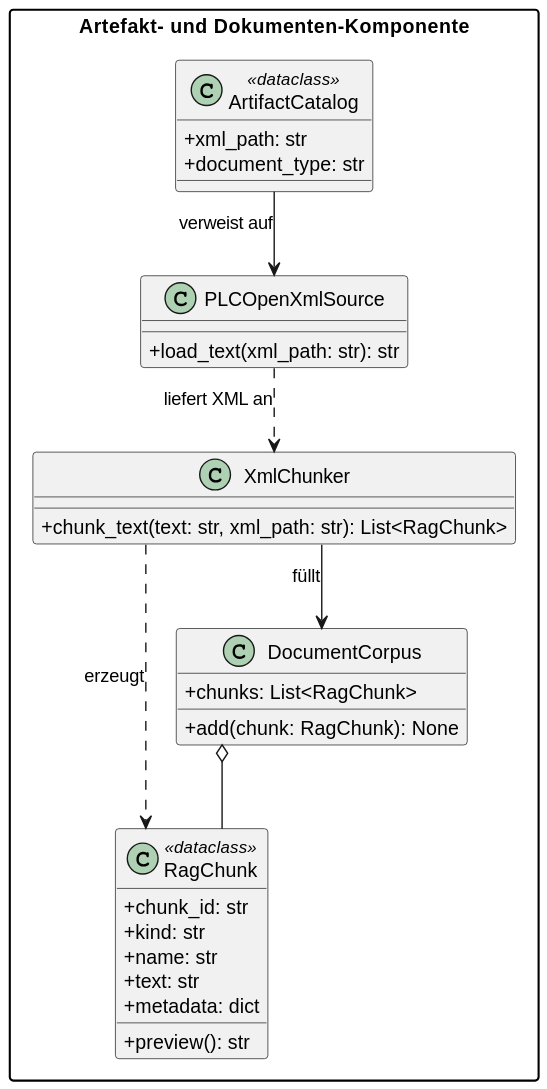
Above: out/UML-Diagrams/ExcH-RAG-Agent/Komponenten_ExcH-RAG-Agent/03_artefakt_und_dokumenten_komponente/03_artefakt_und_dokumenten_komponente.svg in verkal1999/Agent_Test (PlantUML), before the change. Its diagram source:
```plantuml
@startuml
skinparam shadowing false
skinparam classAttributeIconSize 0
skinparam packageStyle rectangle
skinparam linetype ortho
top to bottom direction

package "Artefakt- und Dokumenten-Komponente" {
  class ArtifactCatalog <<dataclass>> {
    +xml_path: str
    +document_type: str
  }

  class PLCOpenXmlSource {
    +load_text(xml_path: str): str
  }

  class XmlChunker {
    +chunk_text(text: str, xml_path: str): List<RagChunk>
  }

  class RagChunk <<dataclass>> {
    +chunk_id: str
    +kind: str
    +name: str
    +text: str
    +metadata: dict
    +preview(): str
  }

  class DocumentCorpus {
    +chunks: List<RagChunk>
    +add(chunk: RagChunk): None
  }

  ArtifactCatalog --> PLCOpenXmlSource : verweist auf
  PLCOpenXmlSource ..> XmlChunker : liefert XML an
  XmlChunker ..> RagChunk : erzeugt
  XmlChunker --> DocumentCorpus : füllt
  DocumentCorpus o-- RagChunk
}
@enduml
```
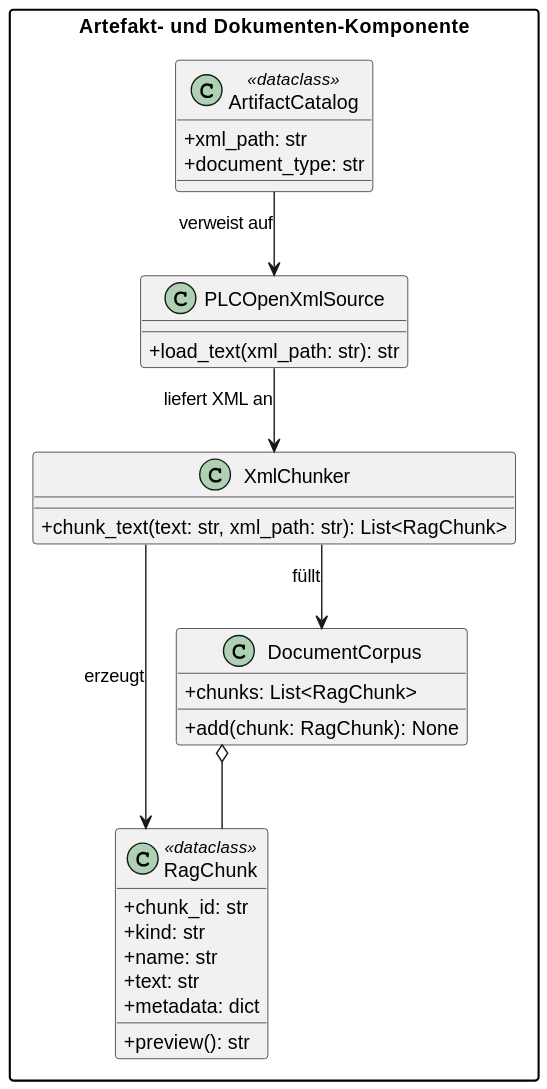
After the commit.

Diff of the diagram source:
```diff
@@ -34,8 +34,8 @@
   }
 
   ArtifactCatalog --> PLCOpenXmlSource : verweist auf
-  PLCOpenXmlSource ..> XmlChunker : liefert XML an
-  XmlChunker ..> RagChunk : erzeugt
+  PLCOpenXmlSource --> XmlChunker : liefert XML an
+  XmlChunker --> RagChunk : erzeugt
   XmlChunker --> DocumentCorpus : füllt
   DocumentCorpus o-- RagChunk
 }
```
